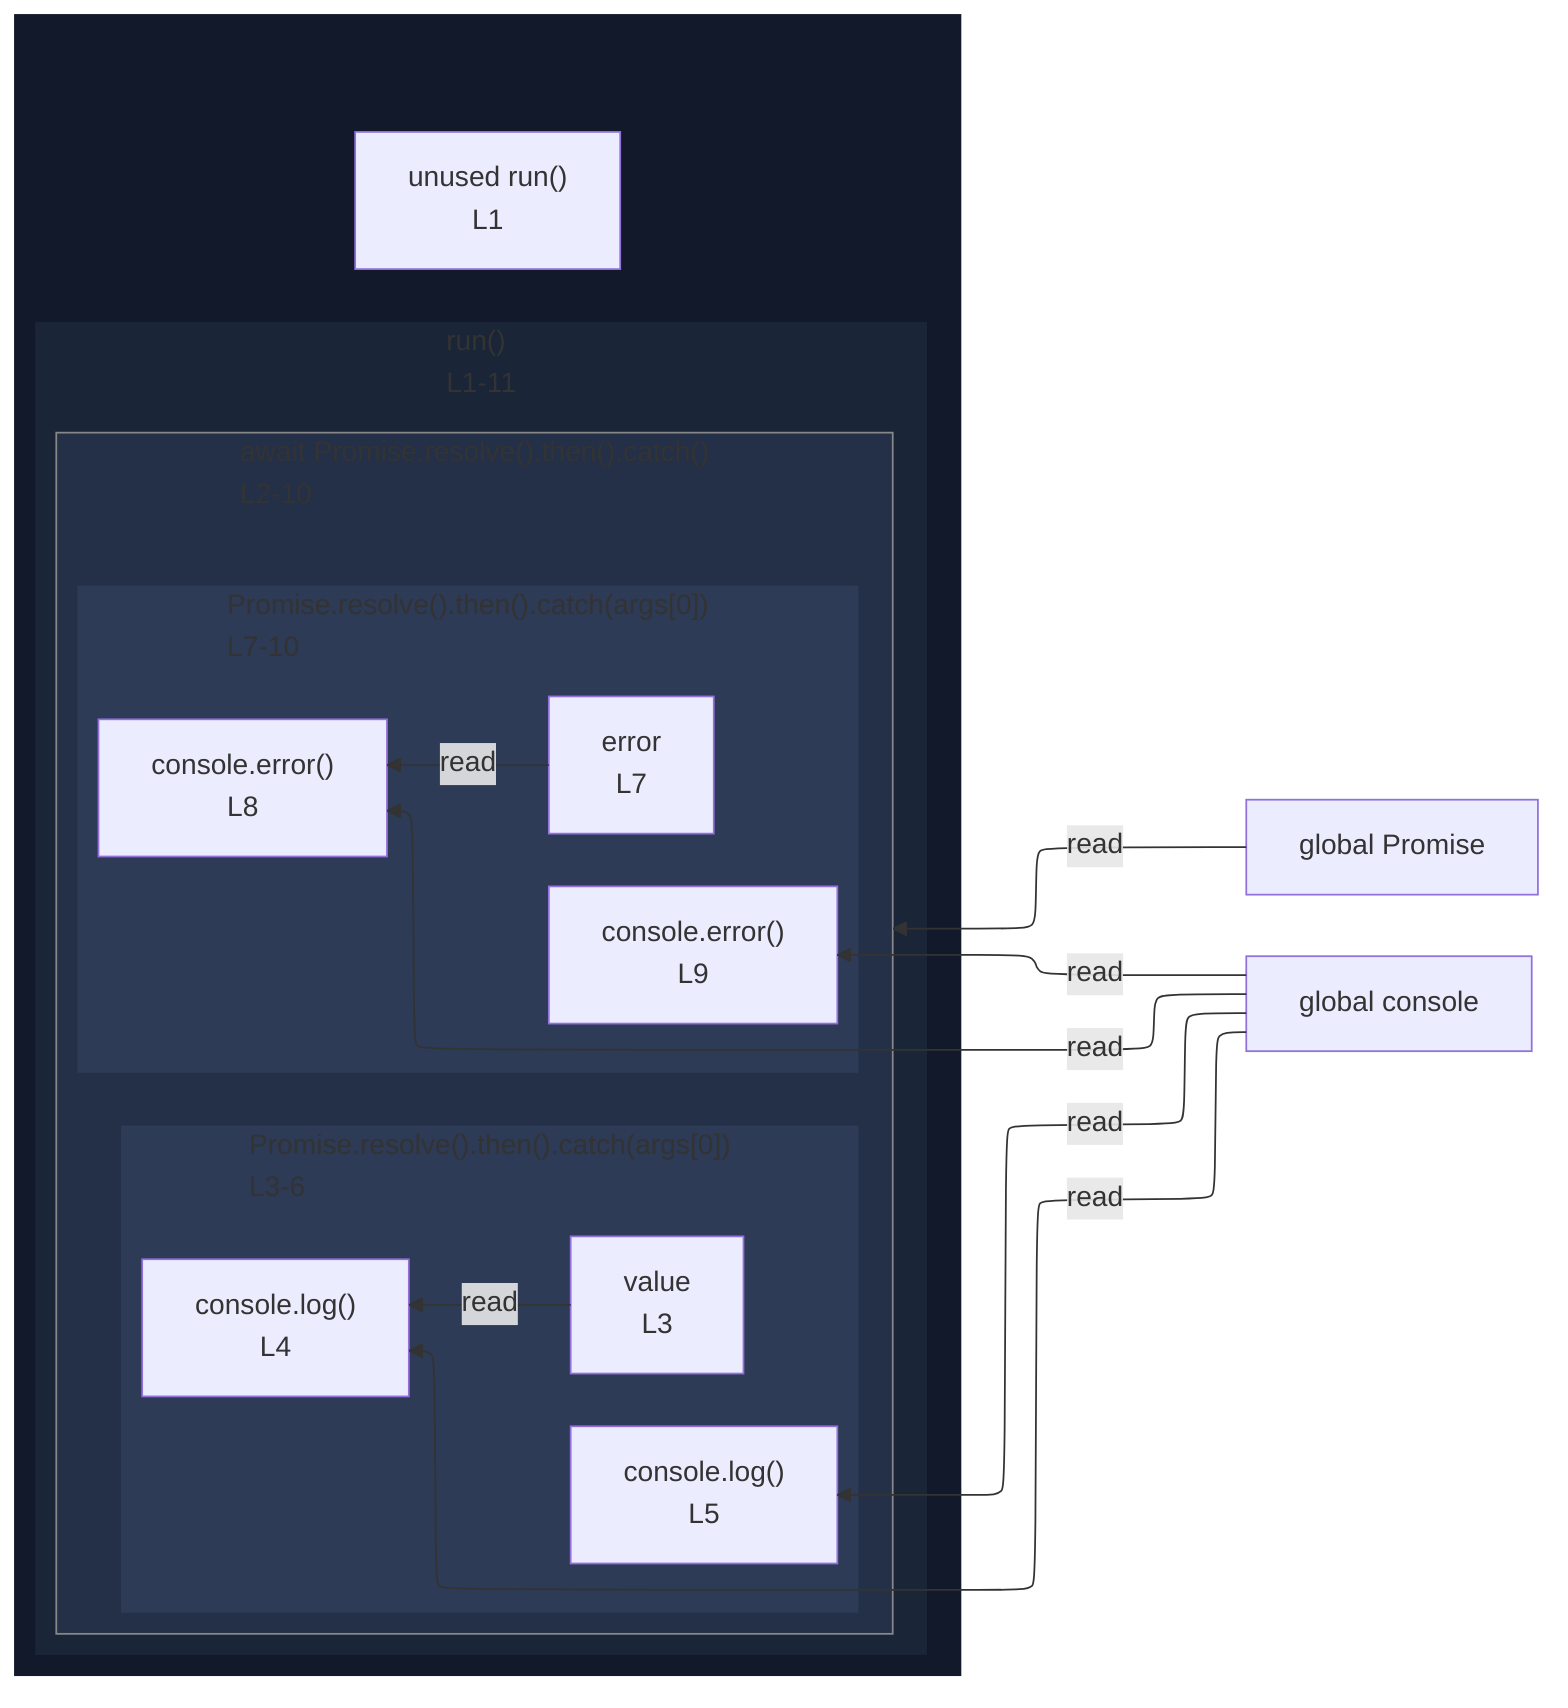
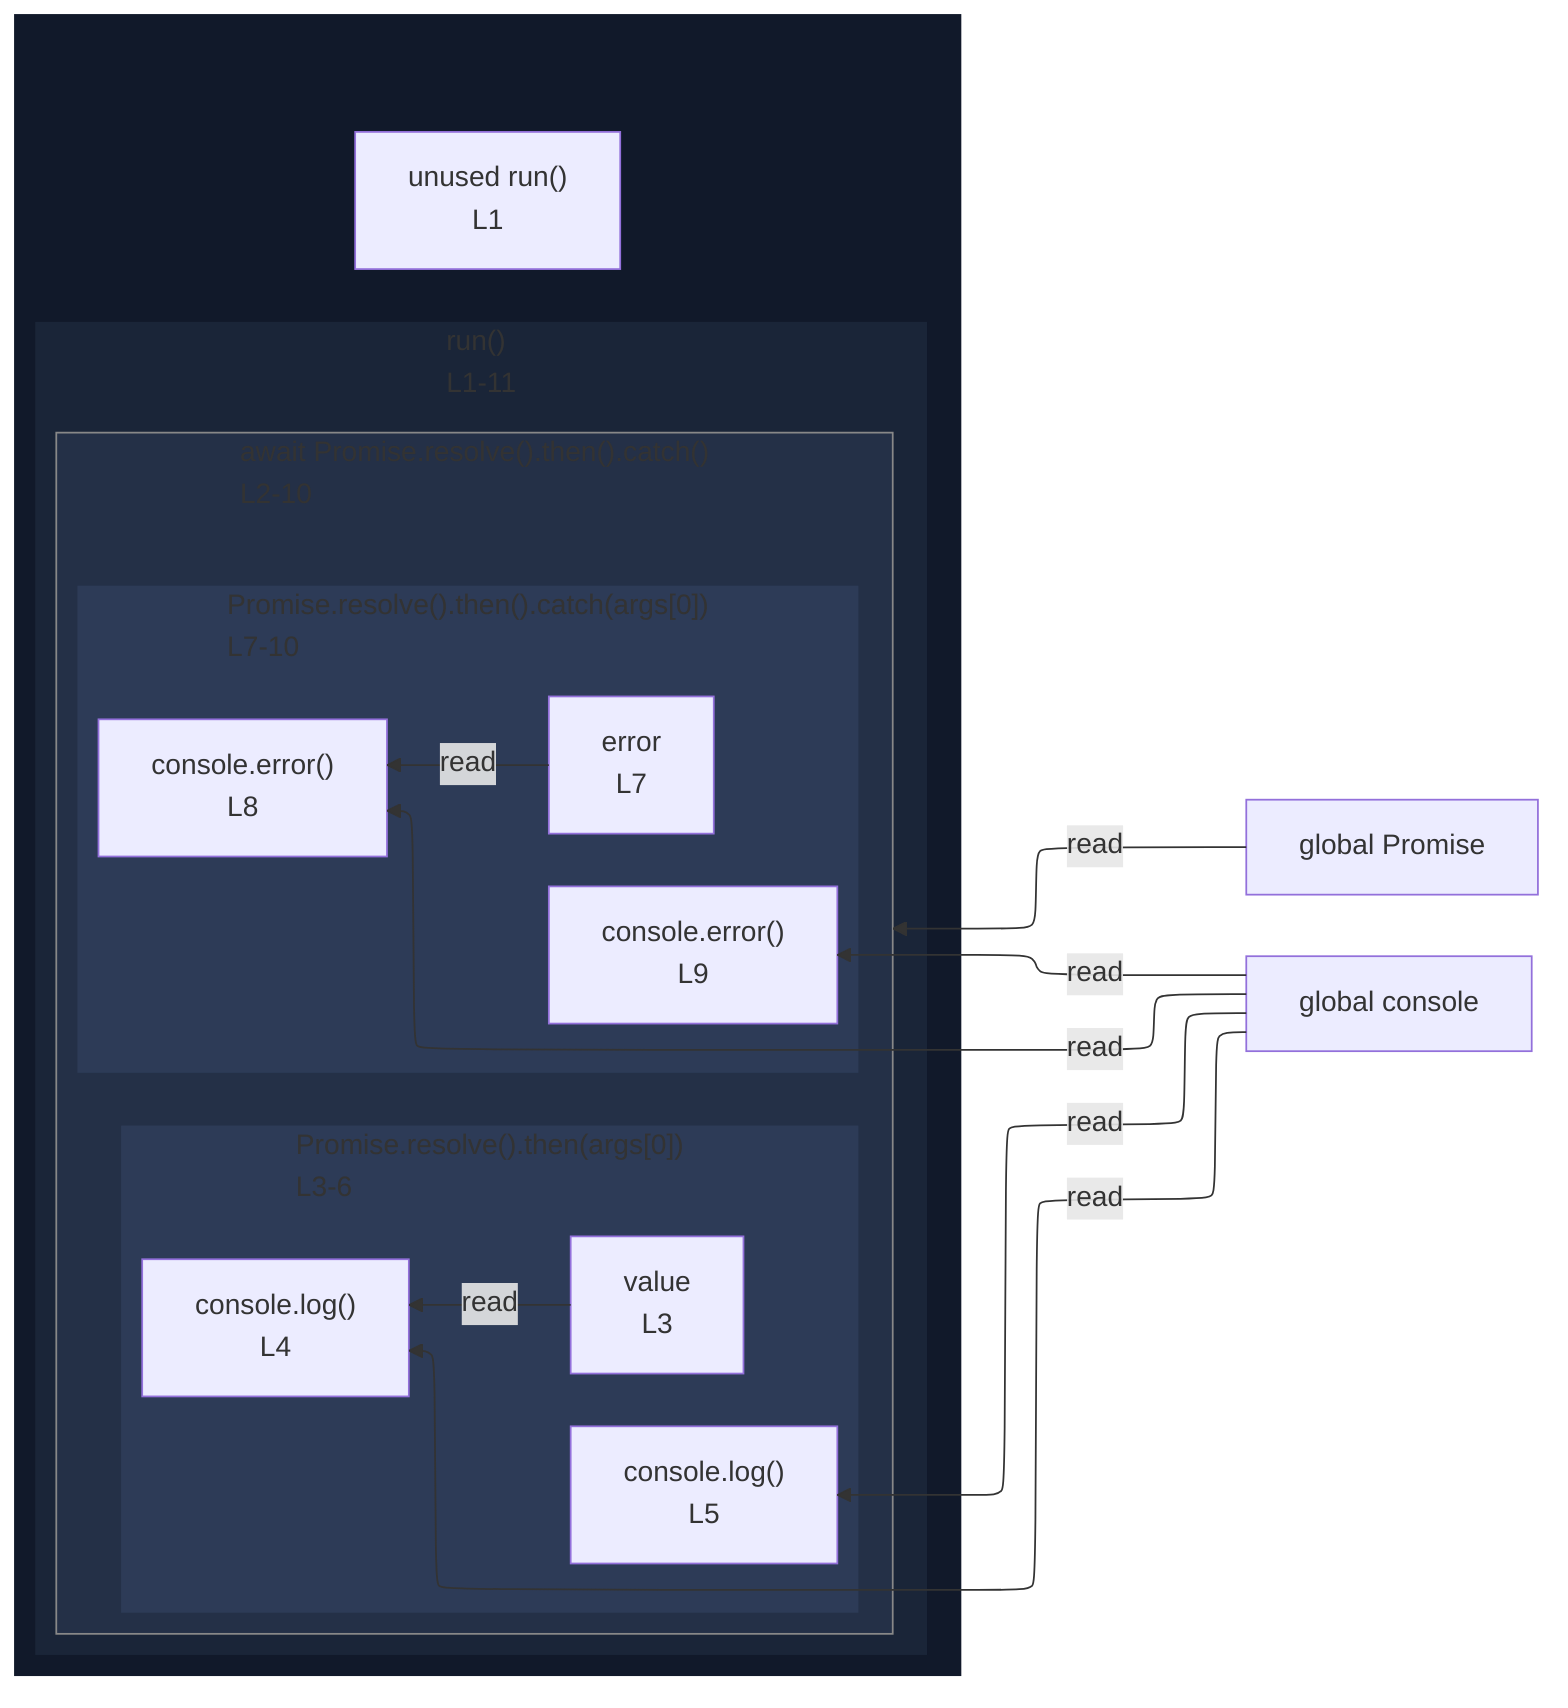
%%{init: {"flowchart": {"defaultRenderer": "elk"}}}%%
flowchart RL
  n_scope_0_Promise_53["global Promise"]
  n_scope_0_console_100["global console"]
  subgraph wrap_s_scope_1[" "]
    direction TB
    n_scope_0_run_22["unused run()<br/>L1"]
    subgraph s_scope_1["run()<br/>L1-11"]
      direction RL
      subgraph expr_stmt_47["await Promise.resolve().then().catch()<br/>L2-10"]
        direction RL
-         subgraph s_scope_2["Promise.resolve().then().catch(args[0])<br/>L3-6"]
+         subgraph s_scope_2["Promise.resolve().then(args[0])<br/>L3-6"]
          direction RL
          n_scope_2_value_82["value<br/>L3"]
          expr_stmt_100["console.log()<br/>L4"]
          expr_stmt_142["console.log()<br/>L5"]
        end
        subgraph s_scope_3["Promise.resolve().then().catch(args[0])<br/>L7-10"]
          direction RL
          n_scope_3_error_202["error<br/>L7"]
          expr_stmt_220["console.error()<br/>L8"]
          expr_stmt_265["console.error()<br/>L9"]
        end
      end
    end
  end
  n_scope_0_Promise_53 -->|read| expr_stmt_47
  n_scope_0_console_100 -->|read| expr_stmt_100
  n_scope_2_value_82 -->|read| expr_stmt_100
  n_scope_0_console_100 -->|read| expr_stmt_142
  n_scope_0_console_100 -->|read| expr_stmt_220
  n_scope_3_error_202 -->|read| expr_stmt_220
  n_scope_0_console_100 -->|read| expr_stmt_265
  classDef nestL1 fill:#11192a,stroke:transparent;
  class wrap_s_scope_1 nestL1;
  classDef nestL2 fill:#1a2538,stroke:transparent;
  class s_scope_1 nestL2;
  classDef nestL3 fill:#243047,stroke:transparent;
  class expr_stmt_47 nestL3;
  classDef nestL4 fill:#2d3b57,stroke:transparent;
  class s_scope_2 nestL4;
  class s_scope_3 nestL4;
  classDef edgeTargetSubgraph stroke:#888;
  class expr_stmt_47 edgeTargetSubgraph;
